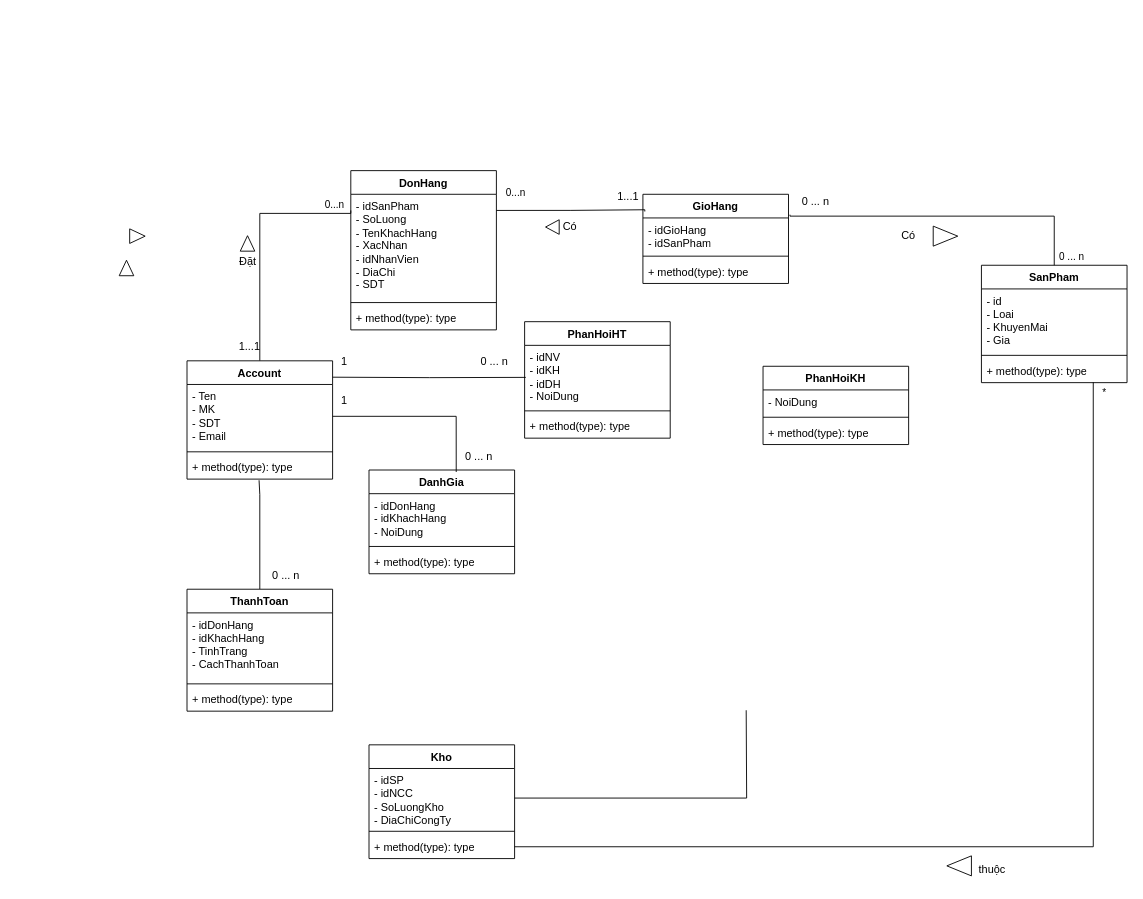
This is page "Xây dựng biểu đồ lớp" (3 of 3) of CMC/Phân tích và thiết kế hệ thống/BÀI TẬP PHÂN TÍCH THIẾT KẾ HƯỚNG ĐỐI TƯỢNG.drawio from tranthihuong-753/test, a draw.io file, before an edit. Source tidied: cells renumbered, new cells numbered last; positions are measured from the earlier drawing's top-left corner, leaving out a move shared by most shapes. Both pictures are drawn from the tidied source at 91%, with x=0, y=0 at pixel (118, 170).
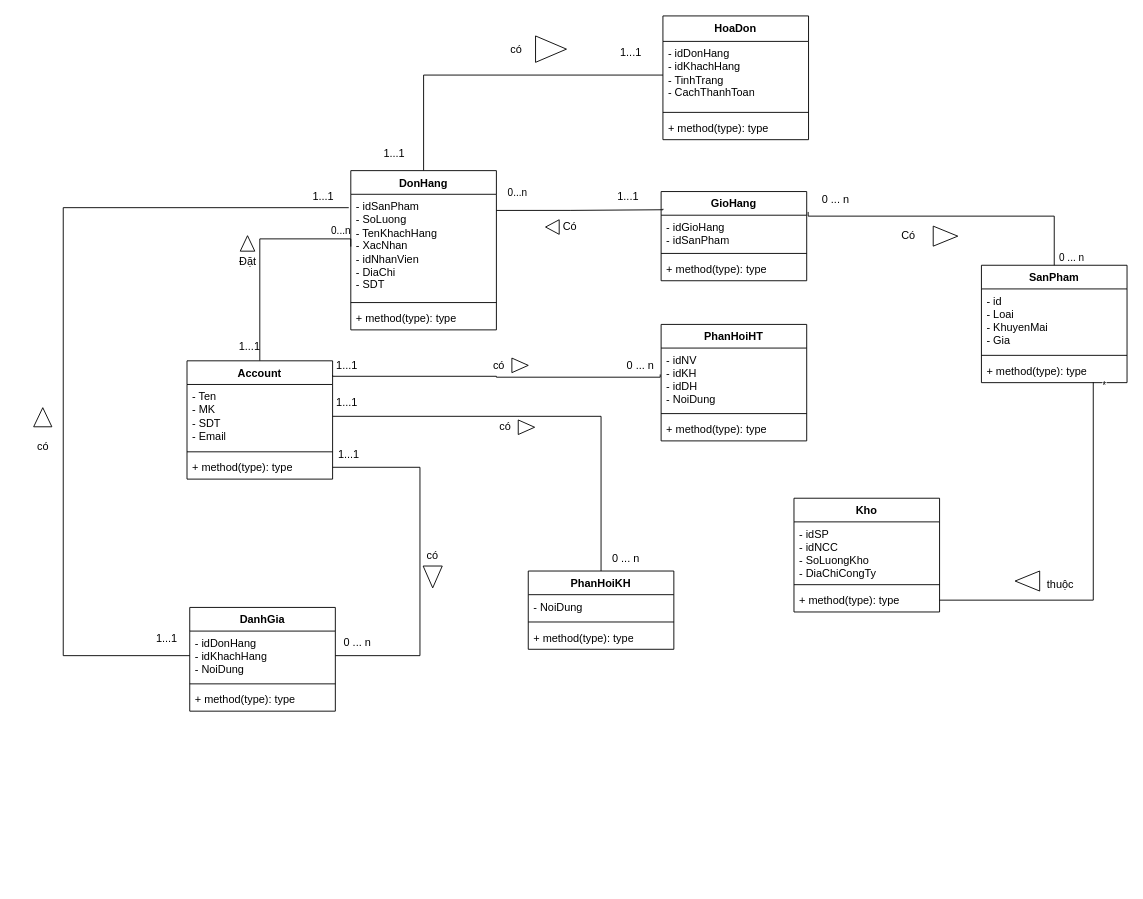
The same diagram, later.

Commit message (it also covers changes not shown here):
Cập nhật BÀI TẬP PHÂN TÍCH THIẾT KẾ HƯỚNG ĐỐI TƯỢNG.drawio

The change refers to these unchanged cells:
```xml
<mxCell id="3" value="Account" style="swimlane;fontStyle=1;align=center;verticalAlign=top;horizontal=1;startSize=26;whiteSpace=wrap;html=1;" parent="1" vertex="1">
  <mxGeometry x="75" y="209" width="160" height="130" as="geometry" />
</mxCell>
<mxCell id="4" value="- Ten&lt;div&gt;- MK&lt;/div&gt;&lt;div&gt;- SDT&lt;/div&gt;&lt;div&gt;- Email&lt;/div&gt;" style="text;strokeColor=none;fillColor=none;align=left;verticalAlign=top;spacingLeft=4;spacingRight=4;overflow=hidden;points=[[0,0.5],[1,0.5]];portConstraint=eastwest;whiteSpace=wrap;html=1;" parent="3" vertex="1">
  <mxGeometry y="26" width="160" height="70" as="geometry" />
</mxCell>
<mxCell id="6" value="+ method(type): type" style="text;strokeColor=none;fillColor=none;align=left;verticalAlign=top;spacingLeft=4;spacingRight=4;overflow=hidden;points=[[0,0.5],[1,0.5]];portConstraint=eastwest;whiteSpace=wrap;html=1;" parent="3" vertex="1">
  <mxGeometry y="104" width="160" height="26" as="geometry" />
</mxCell>
<mxCell id="10" value="+ method(type): type" style="text;strokeColor=none;fillColor=none;align=left;verticalAlign=top;spacingLeft=4;spacingRight=4;overflow=hidden;points=[[0,0.5],[1,0.5]];portConstraint=eastwest;whiteSpace=wrap;html=1;" parent="7" vertex="1">
  <mxGeometry y="103" width="160" height="26" as="geometry" />
</mxCell>
<mxCell id="15" value="DonHang" style="swimlane;fontStyle=1;align=center;verticalAlign=top;horizontal=1;startSize=26;whiteSpace=wrap;html=1;" parent="1" vertex="1">
  <mxGeometry x="255" width="160" height="175" as="geometry" />
</mxCell>
<mxCell id="16" value="- idSanPham&lt;div&gt;- SoLuong&lt;/div&gt;&lt;div&gt;- TenKhachHang&lt;/div&gt;&lt;div&gt;- XacNhan&lt;/div&gt;&lt;div&gt;- idNhanVien&lt;/div&gt;&lt;div&gt;- DiaChi&lt;/div&gt;&lt;div&gt;- SDT&lt;/div&gt;" style="text;strokeColor=none;fillColor=none;align=left;verticalAlign=top;spacingLeft=4;spacingRight=4;overflow=hidden;points=[[0,0.5],[1,0.5]];portConstraint=eastwest;whiteSpace=wrap;html=1;" parent="15" vertex="1">
  <mxGeometry y="26" width="160" height="115" as="geometry" />
</mxCell>
<mxCell id="25" value="- idDonHang&lt;div&gt;- idKhachHang&lt;/div&gt;&lt;div&gt;- NoiDung&lt;/div&gt;" style="text;strokeColor=none;fillColor=none;align=left;verticalAlign=top;spacingLeft=4;spacingRight=4;overflow=hidden;points=[[0,0.5],[1,0.5]];portConstraint=eastwest;whiteSpace=wrap;html=1;" parent="24" vertex="1">
  <mxGeometry y="26" width="160" height="54" as="geometry" />
</mxCell>
<mxCell id="37" value="- idSP&lt;div&gt;- idNCC&lt;/div&gt;&lt;div&gt;- SoLuongKho&lt;/div&gt;&lt;div&gt;- DiaChiCongTy&lt;/div&gt;" style="text;strokeColor=none;fillColor=none;align=left;verticalAlign=top;spacingLeft=4;spacingRight=4;overflow=hidden;points=[[0,0.5],[1,0.5]];portConstraint=eastwest;whiteSpace=wrap;html=1;" parent="36" vertex="1">
  <mxGeometry y="26" width="160" height="65" as="geometry" />
</mxCell>
<mxCell id="39" value="+ method(type): type" style="text;strokeColor=none;fillColor=none;align=left;verticalAlign=top;spacingLeft=4;spacingRight=4;overflow=hidden;points=[[0,0.5],[1,0.5]];portConstraint=eastwest;whiteSpace=wrap;html=1;" parent="36" vertex="1">
  <mxGeometry y="99" width="160" height="26" as="geometry" />
</mxCell>
```

Diff of the diagram source:
```diff
@@
-    <mxCell id="2" value="0...n" style="edgeStyle=orthogonalEdgeStyle;rounded=0;jettySize=auto;html=1;exitX=0.5;exitY=0;exitDx=0;exitDy=0;entryX=0;entryY=0.25;entryDx=0;entryDy=0;endArrow=none;endFill=0;" parent="1" edge="1" source="3" target="15">
+    <mxCell id="2" value="0...n" style="edgeStyle=orthogonalEdgeStyle;rounded=0;jettySize=auto;html=1;exitX=0.5;exitY=0;exitDx=0;exitDy=0;entryX=0;entryY=0.5;entryDx=0;entryDy=0;endArrow=none;endFill=0;" parent="1" edge="1" source="3" target="16">
       <mxGeometry x="0.84" y="9" relative="1" as="geometry">
         <Array as="points">
-          <mxPoint x="155" y="47" />
+          <mxPoint x="155" y="75" />
+          <mxPoint x="255" y="75" />
         </Array>
       </mxGeometry>
     </mxCell>
@@
     <mxCell id="11" value="GioHang" style="swimlane;fontStyle=1;align=center;verticalAlign=top;horizontal=1;startSize=26;whiteSpace=wrap;html=1;" parent="1" vertex="1">
-      <mxGeometry x="576" y="26" width="160" height="98" as="geometry" />
+      <mxGeometry x="596" y="23" width="160" height="98" as="geometry" />
     </mxCell>
@@
+    <mxCell id="64" style="edgeStyle=orthogonalEdgeStyle;rounded=0;jettySize=auto;html=1;exitX=0.5;exitY=0;exitDx=0;exitDy=0;entryX=0;entryY=0.5;entryDx=0;entryDy=0;endArrow=none;endFill=0;" parent="1" edge="1" source="15" target="21">
+      <mxGeometry relative="1" as="geometry" />
+    </mxCell>
@@
-    <mxCell id="19" style="edgeStyle=orthogonalEdgeStyle;rounded=0;jettySize=auto;html=1;exitX=0.5;exitY=0;exitDx=0;exitDy=0;endArrow=none;endFill=0;entryX=0.495;entryY=1.048;entryDx=0;entryDy=0;entryPerimeter=0;" parent="1" edge="1" source="20" target="6">
-      <mxGeometry relative="1" as="geometry">
-        <Array as="points">
-          <mxPoint x="155" y="356" />
-          <mxPoint x="154" y="356" />
-          <mxPoint x="154" y="340" />
-        </Array>
-      </mxGeometry>
-    </mxCell>
-    <mxCell id="20" value="ThanhToan" style="swimlane;fontStyle=1;align=center;verticalAlign=top;horizontal=1;startSize=26;whiteSpace=wrap;html=1;" parent="1" vertex="1">
-      <mxGeometry x="75" y="460" width="160" height="134" as="geometry" />
+    <mxCell id="20" value="HoaDon" style="swimlane;fontStyle=1;align=center;verticalAlign=top;horizontal=1;startSize=28;whiteSpace=wrap;html=1;" parent="1" vertex="1">
+      <mxGeometry x="598" y="-170" width="160" height="136" as="geometry" />
     </mxCell>
     <mxCell id="21" value="- idDonHang&lt;div&gt;- idKhachHang&amp;nbsp;&lt;/div&gt;&lt;div&gt;- TinhTrang&lt;/div&gt;&lt;div&gt;- CachThanhToan&lt;/div&gt;&lt;div&gt;&lt;br&gt;&lt;/div&gt;" style="text;strokeColor=none;fillColor=none;align=left;verticalAlign=top;spacingLeft=4;spacingRight=4;overflow=hidden;points=[[0,0.5],[1,0.5]];portConstraint=eastwest;whiteSpace=wrap;html=1;" parent="20" vertex="1">
-      <mxGeometry y="26" width="160" height="74" as="geometry" />
+      <mxGeometry y="28" width="160" height="74" as="geometry" />
     </mxCell>
     <mxCell id="22" style="line;strokeWidth=1;fillColor=none;align=left;verticalAlign=middle;spacingTop=-1;spacingLeft=3;spacingRight=3;labelPosition=right;strokeColor=inherit;" parent="20" vertex="1">
-      <mxGeometry y="100" width="160" height="8" as="geometry" />
+      <mxGeometry y="102" width="160" height="8" as="geometry" />
     </mxCell>
     <mxCell id="23" value="+ method(type): type" style="text;strokeColor=none;fillColor=none;align=left;verticalAlign=top;spacingLeft=4;spacingRight=4;overflow=hidden;whiteSpace=wrap;html=1;" parent="20" vertex="1">
-      <mxGeometry y="108" width="160" height="26" as="geometry" />
+      <mxGeometry y="110" width="160" height="26" as="geometry" />
     </mxCell>
     <mxCell id="24" value="DanhGia" style="swimlane;fontStyle=1;align=center;verticalAlign=top;horizontal=1;startSize=26;whiteSpace=wrap;html=1;" parent="1" vertex="1">
-      <mxGeometry x="275" y="329" width="160" height="114" as="geometry" />
+      <mxGeometry x="78" y="480" width="160" height="114" as="geometry" />
     </mxCell>
@@
     <mxCell id="28" value="PhanHoiHT" style="swimlane;fontStyle=1;align=center;verticalAlign=top;horizontal=1;startSize=26;whiteSpace=wrap;html=1;" parent="1" vertex="1">
-      <mxGeometry x="446" y="166" width="160" height="128" as="geometry" />
+      <mxGeometry x="596" y="169" width="160" height="128" as="geometry" />
     </mxCell>
@@
     <mxCell id="32" value="PhanHoiKH" style="swimlane;fontStyle=1;align=center;verticalAlign=top;horizontal=1;startSize=26;whiteSpace=wrap;html=1;" parent="1" vertex="1">
-      <mxGeometry x="708" y="215" width="160" height="86" as="geometry" />
+      <mxGeometry x="450" y="440" width="160" height="86" as="geometry" />
     </mxCell>
@@
     <mxCell id="36" value="Kho" style="swimlane;fontStyle=1;align=center;verticalAlign=top;horizontal=1;startSize=26;whiteSpace=wrap;html=1;" parent="1" vertex="1">
-      <mxGeometry x="275" y="631" width="160" height="125" as="geometry" />
+      <mxGeometry x="742" y="360" width="160" height="125" as="geometry" />
     </mxCell>
@@
-    <mxCell id="40" style="edgeStyle=orthogonalEdgeStyle;rounded=0;jettySize=auto;html=1;exitX=1;exitY=0.5;exitDx=0;exitDy=0;entryX=0.599;entryY=0.019;entryDx=0;entryDy=0;entryPerimeter=0;endArrow=none;endFill=0;" parent="1" edge="1" source="4" target="24">
-      <mxGeometry relative="1" as="geometry" />
+    <mxCell id="40" style="edgeStyle=orthogonalEdgeStyle;rounded=0;jettySize=auto;html=1;exitX=1;exitY=0.5;exitDx=0;exitDy=0;entryX=1;entryY=0.5;entryDx=0;entryDy=0;endArrow=none;endFill=0;" parent="1" edge="1" source="6" target="25">
+      <mxGeometry relative="1" as="geometry">
+        <Array as="points">
+          <mxPoint x="331" y="326" />
+          <mxPoint x="331" y="533" />
+        </Array>
+      </mxGeometry>
     </mxCell>
-    <mxCell id="41" style="edgeStyle=orthogonalEdgeStyle;rounded=0;jettySize=auto;html=1;exitX=1;exitY=0.5;exitDx=0;exitDy=0;entryX=0.622;entryY=0.962;entryDx=0;entryDy=0;entryPerimeter=0;endArrow=none;endFill=0;" parent="1" edge="1" source="37">
-      <mxGeometry relative="1" as="geometry">
-        <mxPoint x="689.5" y="593" as="targetPoint" />
-      </mxGeometry>
-    </mxCell>
-    <mxCell id="42" style="edgeStyle=orthogonalEdgeStyle;rounded=0;orthogonalLoop=1;jettySize=auto;html=1;entryX=0;entryY=0.5;entryDx=0;entryDy=0;endArrow=none;endFill=0;exitX=0.992;exitY=0.129;exitDx=0;exitDy=0;exitPerimeter=0;" parent="1" edge="1">
+    <mxCell id="42" style="edgeStyle=orthogonalEdgeStyle;rounded=0;orthogonalLoop=1;jettySize=auto;html=1;endArrow=none;endFill=0;exitX=0.992;exitY=0.129;exitDx=0;exitDy=0;exitPerimeter=0;" parent="1" edge="1">
       <mxGeometry relative="1" as="geometry">
-        <mxPoint x="235" y="227" as="sourcePoint" />
-        <mxPoint x="447.3" y="227.2" as="targetPoint" />
+        <mxPoint x="235" y="225" as="sourcePoint" />
+        <mxPoint x="595" y="224" as="targetPoint" />
+        <Array as="points">
+          <mxPoint x="235" y="226" />
+          <mxPoint x="415" y="226" />
+          <mxPoint x="595" y="227" />
+        </Array>
       </mxGeometry>
     </mxCell>
@@
     <mxCell id="45" value="*" style="edgeStyle=orthogonalEdgeStyle;rounded=0;jettySize=auto;html=1;exitX=1;exitY=0.5;exitDx=0;exitDy=0;entryX=0.768;entryY=0.983;entryDx=0;entryDy=0;entryPerimeter=0;endArrow=none;endFill=0;" parent="1" edge="1" source="39" target="10">
-      <mxGeometry x="0.98" y="-12" relative="1" as="geometry" />
+      <mxGeometry x="0.98" y="-12" relative="1" as="geometry">
+        <Array as="points">
+          <mxPoint x="1071" y="472" />
+        </Array>
+      </mxGeometry>
     </mxCell>
-    <mxCell id="46" value="0 ... n" style="text;html=1;align=center;verticalAlign=middle;whiteSpace=wrap;rounded=0;" parent="1" vertex="1">
-      <mxGeometry x="366" y="299" width="60" height="30" as="geometry" />
-    </mxCell>
-    <mxCell id="47" value="0 ... n" style="text;html=1;align=center;verticalAlign=middle;whiteSpace=wrap;rounded=0;" parent="1" vertex="1">
-      <mxGeometry x="154" y="430" width="60" height="30" as="geometry" />
-    </mxCell>
@@
     <mxCell id="50" value="0 ... n" style="text;html=1;align=center;verticalAlign=middle;whiteSpace=wrap;rounded=0;" parent="1" vertex="1">
-      <mxGeometry x="736" y="19" width="60" height="30" as="geometry" />
+      <mxGeometry x="758" y="17" width="60" height="30" as="geometry" />
     </mxCell>
     <mxCell id="51" value="0 ... n" style="text;html=1;align=center;verticalAlign=middle;whiteSpace=wrap;rounded=0;" parent="1" vertex="1">
-      <mxGeometry x="383" y="195" width="60" height="30" as="geometry" />
+      <mxGeometry x="551" y="203" width="45" height="22" as="geometry" />
     </mxCell>
-    <mxCell id="52" value="1" style="text;html=1;align=center;verticalAlign=middle;whiteSpace=wrap;rounded=0;" parent="1" vertex="1">
-      <mxGeometry x="235" y="195" width="26" height="30" as="geometry" />
+    <mxCell id="52" value="1...1" style="text;html=1;align=center;verticalAlign=middle;whiteSpace=wrap;rounded=0;" parent="1" vertex="1">
+      <mxGeometry x="238" y="199" width="26" height="30" as="geometry" />
     </mxCell>
-    <mxCell id="53" value="1" style="text;html=1;align=center;verticalAlign=middle;whiteSpace=wrap;rounded=0;" parent="1" vertex="1">
-      <mxGeometry x="235" y="238" width="26" height="30" as="geometry" />
-    </mxCell>
-    <mxCell id="54" style="triangle;whiteSpace=wrap;html=1;" parent="1" vertex="1">
-      <mxGeometry x="12" y="64" width="17" height="16" as="geometry" />
-    </mxCell>
-    <mxCell id="55" style="triangle;whiteSpace=wrap;html=1;rotation=-90;" parent="1" vertex="1">
-      <mxGeometry y="99" width="17" height="16" as="geometry" />
-    </mxCell>
@@
     <mxCell id="62" style="triangle;whiteSpace=wrap;html=1;rotation=-180;" parent="1" vertex="1">
-      <mxGeometry x="910" y="753" width="27" height="22" as="geometry" />
+      <mxGeometry x="985" y="440" width="27" height="22" as="geometry" />
     </mxCell>
     <mxCell id="63" value="thuộc" style="text;html=1;align=center;verticalAlign=middle;whiteSpace=wrap;rounded=0;" parent="1" vertex="1">
-      <mxGeometry x="930" y="753" width="60" height="30" as="geometry" />
+      <mxGeometry x="1005" y="440" width="60" height="30" as="geometry" />
     </mxCell>
+    <mxCell id="65" style="edgeStyle=orthogonalEdgeStyle;rounded=0;jettySize=auto;html=1;exitX=1;exitY=0.5;exitDx=0;exitDy=0;entryX=0.5;entryY=0;entryDx=0;entryDy=0;endArrow=none;endFill=0;" parent="1" edge="1" source="4" target="32">
+      <mxGeometry relative="1" as="geometry">
+        <Array as="points">
+          <mxPoint x="530" y="270" />
+        </Array>
+      </mxGeometry>
+    </mxCell>
+    <mxCell id="66" style="triangle;whiteSpace=wrap;html=1;" parent="1" vertex="1">
+      <mxGeometry x="432" y="206" width="18" height="16" as="geometry" />
+    </mxCell>
+    <mxCell id="67" value="có" style="text;html=1;align=center;verticalAlign=middle;whiteSpace=wrap;rounded=0;" parent="1" vertex="1">
+      <mxGeometry x="388" y="199" width="60" height="30" as="geometry" />
+    </mxCell>
+    <mxCell id="68" value="1...1" style="text;html=1;align=center;verticalAlign=middle;whiteSpace=wrap;rounded=0;" parent="1" vertex="1">
+      <mxGeometry x="238" y="240" width="26" height="30" as="geometry" />
+    </mxCell>
+    <mxCell id="69" value="0 ... n" style="text;html=1;align=center;verticalAlign=middle;whiteSpace=wrap;rounded=0;" parent="1" vertex="1">
+      <mxGeometry x="535" y="416" width="45" height="22" as="geometry" />
+    </mxCell>
+    <mxCell id="70" style="triangle;whiteSpace=wrap;html=1;" parent="1" vertex="1">
+      <mxGeometry x="439" y="274" width="18" height="16" as="geometry" />
+    </mxCell>
+    <mxCell id="71" value="có" style="text;html=1;align=center;verticalAlign=middle;whiteSpace=wrap;rounded=0;" parent="1" vertex="1">
+      <mxGeometry x="395" y="267" width="60" height="30" as="geometry" />
+    </mxCell>
+    <mxCell id="72" value="1...1" style="text;html=1;align=center;verticalAlign=middle;whiteSpace=wrap;rounded=0;" parent="1" vertex="1">
+      <mxGeometry x="273" y="-34" width="60" height="30" as="geometry" />
+    </mxCell>
+    <mxCell id="73" value="1...1" style="text;html=1;align=center;verticalAlign=middle;whiteSpace=wrap;rounded=0;" parent="1" vertex="1">
+      <mxGeometry x="533" y="-144" width="60" height="30" as="geometry" />
+    </mxCell>
+    <mxCell id="74" style="triangle;whiteSpace=wrap;html=1;" parent="1" vertex="1">
+      <mxGeometry x="458" y="-148" width="34" height="29" as="geometry" />
+    </mxCell>
+    <mxCell id="75" value="có" style="text;html=1;align=center;verticalAlign=middle;whiteSpace=wrap;rounded=0;" parent="1" vertex="1">
+      <mxGeometry x="407" y="-148" width="60" height="30" as="geometry" />
+    </mxCell>
+    <mxCell id="76" value="1...1" style="text;html=1;align=center;verticalAlign=middle;whiteSpace=wrap;rounded=0;" parent="1" vertex="1">
+      <mxGeometry x="240" y="297" width="26" height="30" as="geometry" />
+    </mxCell>
+    <mxCell id="77" value="0 ... n" style="text;html=1;align=center;verticalAlign=middle;whiteSpace=wrap;rounded=0;" parent="1" vertex="1">
+      <mxGeometry x="240" y="508" width="45" height="22" as="geometry" />
+    </mxCell>
+    <mxCell id="78" style="triangle;whiteSpace=wrap;html=1;rotation=90;" parent="1" vertex="1">
+      <mxGeometry x="333" y="436" width="24" height="21" as="geometry" />
+    </mxCell>
+    <mxCell id="79" value="có" style="text;html=1;align=center;verticalAlign=middle;whiteSpace=wrap;rounded=0;" parent="1" vertex="1">
+      <mxGeometry x="315" y="407.5" width="60" height="30" as="geometry" />
+    </mxCell>
+    <mxCell id="80" style="edgeStyle=orthogonalEdgeStyle;rounded=0;jettySize=auto;html=1;exitX=0;exitY=0.5;exitDx=0;exitDy=0;entryX=-0.014;entryY=0.128;entryDx=0;entryDy=0;entryPerimeter=0;endArrow=none;endFill=0;" parent="1" edge="1" source="25" target="16">
+      <mxGeometry relative="1" as="geometry">
+        <Array as="points">
+          <mxPoint x="-61" y="533" />
+          <mxPoint x="-61" y="41" />
+        </Array>
+      </mxGeometry>
+    </mxCell>
+    <mxCell id="81" value="1...1" style="text;html=1;align=center;verticalAlign=middle;whiteSpace=wrap;rounded=0;" parent="1" vertex="1">
+      <mxGeometry x="40" y="500" width="26" height="30" as="geometry" />
+    </mxCell>
+    <mxCell id="82" value="1...1" style="text;html=1;align=center;verticalAlign=middle;whiteSpace=wrap;rounded=0;" parent="1" vertex="1">
+      <mxGeometry x="195" y="14" width="60" height="30" as="geometry" />
+    </mxCell>
+    <mxCell id="83" style="triangle;whiteSpace=wrap;html=1;rotation=-90;" parent="1" vertex="1">
+      <mxGeometry x="-94" y="261" width="21" height="20" as="geometry" />
+    </mxCell>
+    <mxCell id="84" value="có" style="text;html=1;align=center;verticalAlign=middle;whiteSpace=wrap;rounded=0;" parent="1" vertex="1">
+      <mxGeometry x="-113.5" y="288" width="60" height="30" as="geometry" />
+    </mxCell>
```
